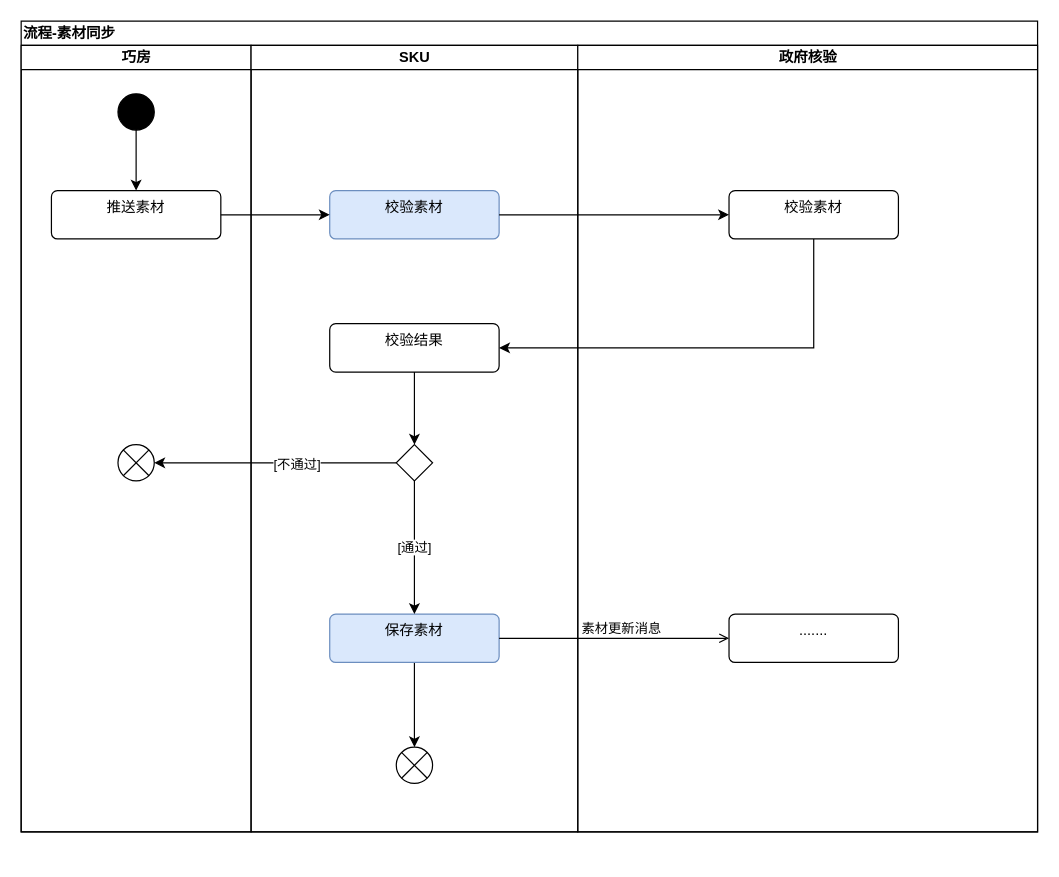
This is page "流程-素材同步" (2 of 5) of 设计文档/政府核验sku化.drawio from guyukou/drawio, a draw.io file, before an edit. Source tidied: cells renumbered, new cells numbered last; positions are measured from the earlier drawing's top-left corner, leaving out a move shared by most shapes. Both pictures are drawn from the tidied source at 121%, with x=0, y=0 at pixel (21, 21).
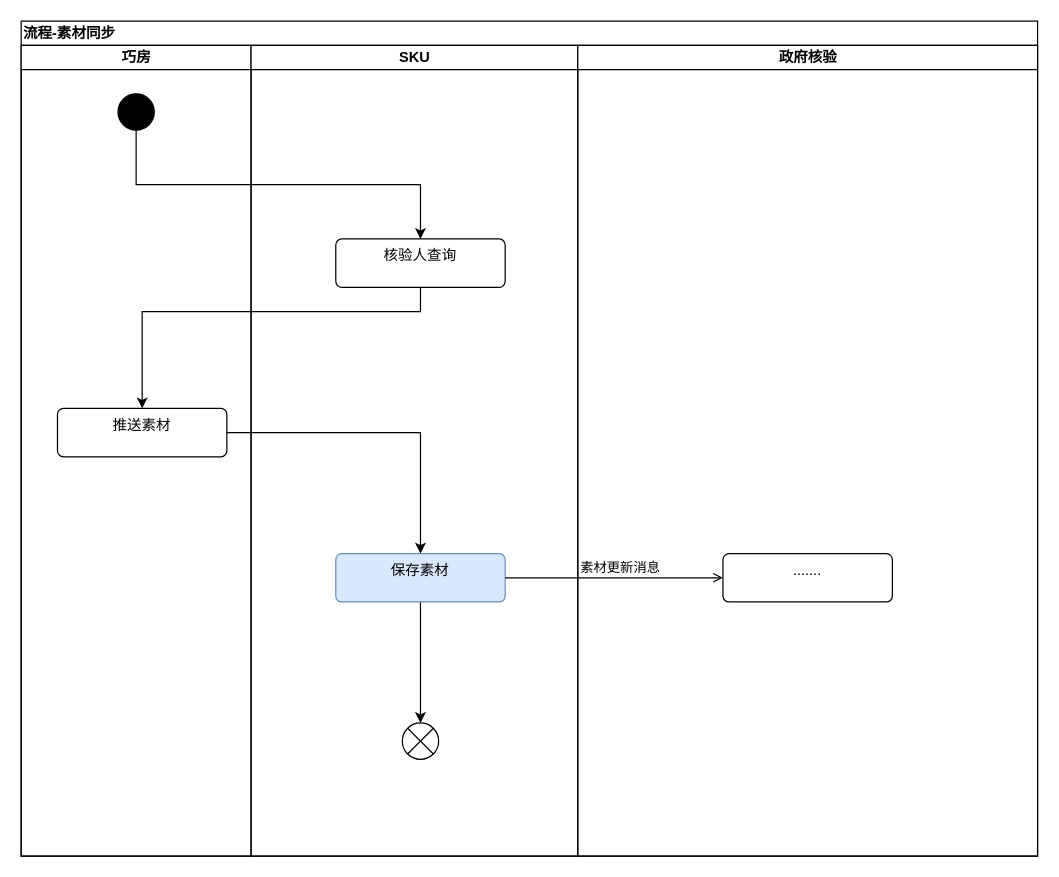
Above is the later version.

Commit message:
更新政府核验sku化.drawio

The change refers to these unchanged cells:
```xml
<mxCell id="5" style="ellipse;fillColor=strokeColor;html=1;" parent="3" vertex="1">
  <mxGeometry x="80" y="40" width="30" height="30" as="geometry" />
</mxCell>
```

Change to the diagram source:
```diff
@@
     <mxCell id="2" value="流程-素材同步" style="swimlane;startSize=20;html=1;align=left;" parent="1" vertex="1">
-      <mxGeometry width="840" height="670" as="geometry" />
+      <mxGeometry width="840" height="690" as="geometry" />
     </mxCell>
     <mxCell id="3" value="巧房" style="swimlane;startSize=20;html=1;" parent="2" vertex="1">
-      <mxGeometry y="20" width="190" height="650" as="geometry" />
+      <mxGeometry y="20" width="190" height="670" as="geometry" />
     </mxCell>
-    <mxCell id="4" style="edgeStyle=orthogonalEdgeStyle;rounded=0;jettySize=auto;html=1;entryX=0.5;entryY=0;entryDx=0;entryDy=0;" parent="3" edge="1" source="5" target="6">
-      <mxGeometry relative="1" as="geometry" />
-    </mxCell>
@@
     <mxCell id="6" value="推送素材" style="html=1;align=center;verticalAlign=top;rounded=1;absoluteArcSize=1;arcSize=10;dashed=0;whiteSpace=wrap;" parent="3" vertex="1">
-      <mxGeometry x="25" y="120" width="140" height="40" as="geometry" />
+      <mxGeometry x="30" y="300" width="140" height="40" as="geometry" />
     </mxCell>
-    <mxCell id="7" style="shape=sumEllipse;perimeter=ellipsePerimeter;html=1;backgroundOutline=1;" parent="3" vertex="1">
-      <mxGeometry x="80" y="330" width="30" height="30" as="geometry" />
-    </mxCell>
     <mxCell id="8" value="SKU" style="swimlane;startSize=20;html=1;" parent="2" vertex="1">
-      <mxGeometry x="190" y="20" width="270" height="650" as="geometry" />
+      <mxGeometry x="190" y="20" width="270" height="670" as="geometry" />
     </mxCell>
-    <mxCell id="9" value="校验素材" style="html=1;align=center;verticalAlign=top;rounded=1;absoluteArcSize=1;arcSize=10;dashed=0;whiteSpace=wrap;fillColor=#dae8fc;strokeColor=#6c8ebf;" parent="8" vertex="1">
-      <mxGeometry x="65" y="120" width="140" height="40" as="geometry" />
-    </mxCell>
-    <mxCell id="10" style="edgeStyle=orthogonalEdgeStyle;rounded=0;jettySize=auto;html=1;entryX=0.5;entryY=0;entryDx=0;entryDy=0;" parent="8" edge="1" source="11" target="15">
-      <mxGeometry relative="1" as="geometry" />
-    </mxCell>
-    <mxCell id="11" value="校验结果" style="html=1;align=center;verticalAlign=top;rounded=1;absoluteArcSize=1;arcSize=10;dashed=0;whiteSpace=wrap;" parent="8" vertex="1">
-      <mxGeometry x="65" y="230" width="140" height="40" as="geometry" />
-    </mxCell>
@@
     <mxCell id="13" value="保存素材" style="html=1;align=center;verticalAlign=top;rounded=1;absoluteArcSize=1;arcSize=10;dashed=0;whiteSpace=wrap;fillColor=#dae8fc;strokeColor=#6c8ebf;" parent="8" vertex="1">
-      <mxGeometry x="65" y="470" width="140" height="40" as="geometry" />
+      <mxGeometry x="70" y="420" width="140" height="40" as="geometry" />
     </mxCell>
-    <mxCell id="14" value="[通过]" style="edgeStyle=orthogonalEdgeStyle;rounded=0;jettySize=auto;html=1;entryX=0.5;entryY=0;entryDx=0;entryDy=0;" parent="8" edge="1" source="15" target="13">
-      <mxGeometry relative="1" as="geometry" />
-    </mxCell>
-    <mxCell id="15" style="rhombus;" parent="8" vertex="1">
-      <mxGeometry x="120" y="330" width="30" height="30" as="geometry" />
-    </mxCell>
     <mxCell id="16" style="shape=sumEllipse;perimeter=ellipsePerimeter;html=1;backgroundOutline=1;" parent="8" vertex="1">
-      <mxGeometry x="120" y="580" width="30" height="30" as="geometry" />
+      <mxGeometry x="125" y="560" width="30" height="30" as="geometry" />
     </mxCell>
+    <mxCell id="26" value="核验人查询" style="html=1;align=center;verticalAlign=top;rounded=1;absoluteArcSize=1;arcSize=10;dashed=0;whiteSpace=wrap;" parent="8" vertex="1">
+      <mxGeometry x="70" y="160" width="140" height="40" as="geometry" />
+    </mxCell>
+    <mxCell id="20" style="edgeStyle=orthogonalEdgeStyle;rounded=0;jettySize=auto;html=1;entryX=0.5;entryY=0;entryDx=0;entryDy=0;" parent="2" edge="1" source="6" target="13">
+      <mxGeometry relative="1" as="geometry" />
+    </mxCell>
+    <mxCell id="25" value="素材更新消息" style="html=1;verticalAlign=bottom;labelBackgroundColor=none;endArrow=open;endFill=0;rounded=0;exitX=1;exitY=0.5;exitDx=0;exitDy=0;entryX=0;entryY=0.5;entryDx=0;entryDy=0;" parent="2" edge="1" source="13" target="19">
+      <mxGeometry x="0.06" relative="1" as="geometry">
+        <mxPoint y="1" as="offset" />
+      </mxGeometry>
+    </mxCell>
     <mxCell id="17" value="政府核验" style="swimlane;startSize=20;html=1;" parent="2" vertex="1">
-      <mxGeometry x="460" y="20" width="380" height="650" as="geometry" />
+      <mxGeometry x="460" y="20" width="380" height="670" as="geometry" />
     </mxCell>
-    <mxCell id="18" value="校验素材" style="html=1;align=center;verticalAlign=top;rounded=1;absoluteArcSize=1;arcSize=10;dashed=0;whiteSpace=wrap;" parent="17" vertex="1">
-      <mxGeometry x="125" y="120" width="140" height="40" as="geometry" />
-    </mxCell>
     <mxCell id="19" value="......." style="html=1;align=center;verticalAlign=top;rounded=1;absoluteArcSize=1;arcSize=10;dashed=0;whiteSpace=wrap;" parent="17" vertex="1">
-      <mxGeometry x="125" y="470" width="140" height="40" as="geometry" />
+      <mxGeometry x="120" y="420" width="140" height="40" as="geometry" />
     </mxCell>
-    <mxCell id="20" style="edgeStyle=orthogonalEdgeStyle;rounded=0;jettySize=auto;html=1;entryX=0;entryY=0.5;entryDx=0;entryDy=0;" parent="2" edge="1" source="6" target="9">
-      <mxGeometry relative="1" as="geometry" />
-    </mxCell>
-    <mxCell id="21" style="edgeStyle=orthogonalEdgeStyle;rounded=0;jettySize=auto;html=1;entryX=0;entryY=0.5;entryDx=0;entryDy=0;" parent="2" edge="1" source="9" target="18">
-      <mxGeometry relative="1" as="geometry" />
-    </mxCell>
-    <mxCell id="22" style="edgeStyle=orthogonalEdgeStyle;rounded=0;jettySize=auto;html=1;entryX=1;entryY=0.5;entryDx=0;entryDy=0;exitX=0.5;exitY=1;exitDx=0;exitDy=0;" parent="2" edge="1" source="18" target="11">
-      <mxGeometry relative="1" as="geometry" />
-    </mxCell>
-    <mxCell id="23" style="edgeStyle=orthogonalEdgeStyle;rounded=0;jettySize=auto;html=1;entryX=1;entryY=0.5;entryDx=0;entryDy=0;" parent="2" edge="1" source="15" target="7">
-      <mxGeometry relative="1" as="geometry" />
-    </mxCell>
-    <mxCell id="24" value="[不通过]" style="edgeLabel;html=1;align=center;verticalAlign=middle;" parent="23" vertex="1">
-      <mxGeometry x="-0.17" y="1" relative="1" as="geometry" />
-    </mxCell>
-    <mxCell id="25" value="素材更新消息" style="html=1;verticalAlign=bottom;labelBackgroundColor=none;endArrow=open;endFill=0;rounded=0;exitX=1;exitY=0.5;exitDx=0;exitDy=0;entryX=0;entryY=0.5;entryDx=0;entryDy=0;" parent="2" edge="1" source="13" target="19">
-      <mxGeometry x="0.06" relative="1" as="geometry">
-        <mxPoint y="1" as="offset" />
-      </mxGeometry>
-    </mxCell>
+    <mxCell id="27" style="edgeStyle=orthogonalEdgeStyle;rounded=0;jettySize=auto;html=1;entryX=0.5;entryY=0;entryDx=0;entryDy=0;exitX=0.5;exitY=1;exitDx=0;exitDy=0;" parent="2" edge="1" source="5" target="26">
+      <mxGeometry relative="1" as="geometry" />
+    </mxCell>
+    <mxCell id="28" style="edgeStyle=orthogonalEdgeStyle;rounded=0;jettySize=auto;html=1;entryX=0.5;entryY=0;entryDx=0;entryDy=0;" parent="2" edge="1" source="26" target="6">
+      <mxGeometry relative="1" as="geometry">
+        <Array as="points">
+          <mxPoint x="330" y="240" />
+          <mxPoint x="100" y="240" />
+        </Array>
+      </mxGeometry>
+    </mxCell>
```
